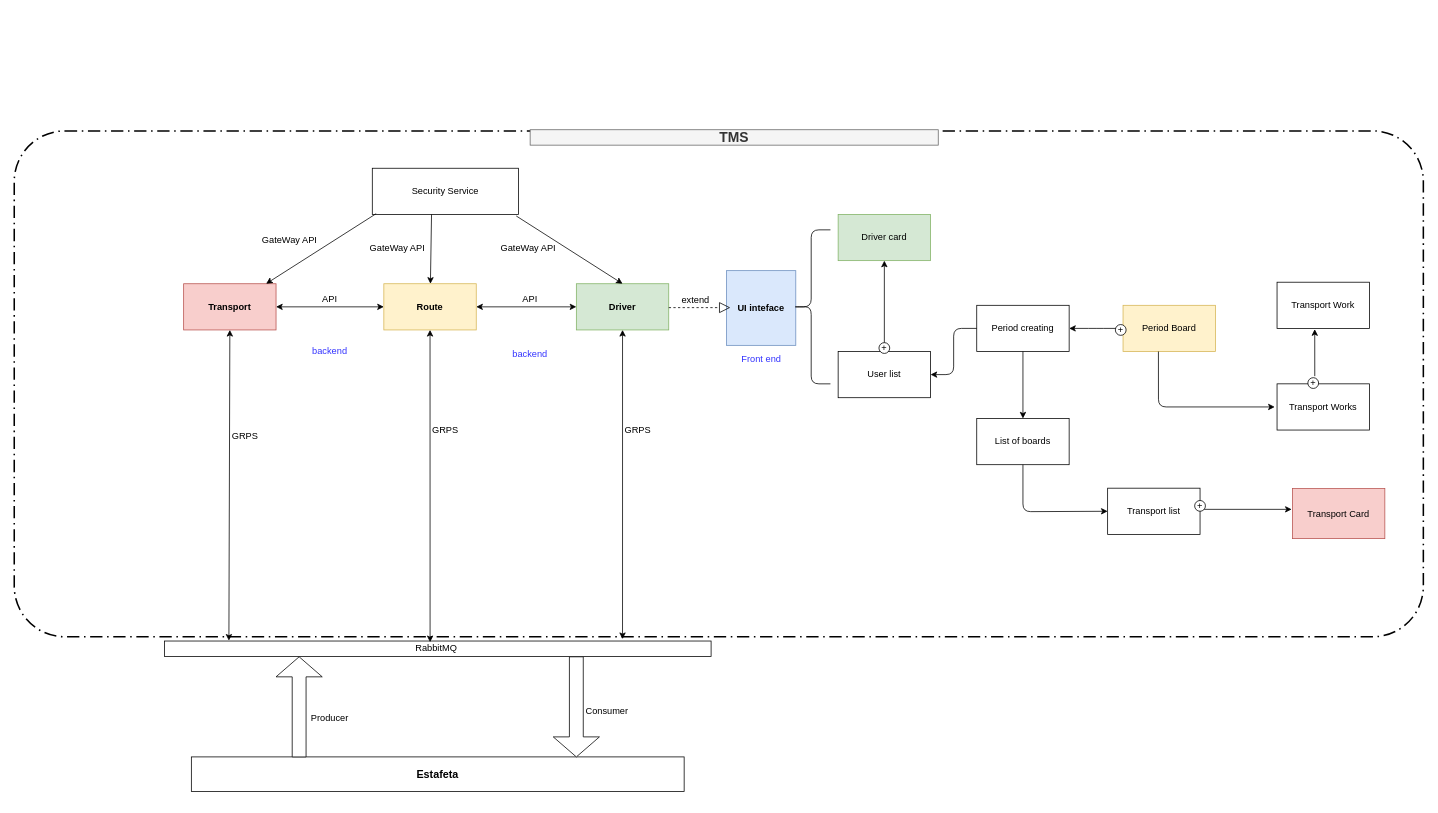
Earlier version of the draw.io diagram transport.drawio (annastazi02/diagrams). Source tidied: cells renumbered, new cells numbered last; positions are measured from the earlier drawing's top-left corner, leaving out a move shared by most shapes. Both pictures are drawn from the tidied source at 77%, with x=0, y=0 at pixel (14, 129).
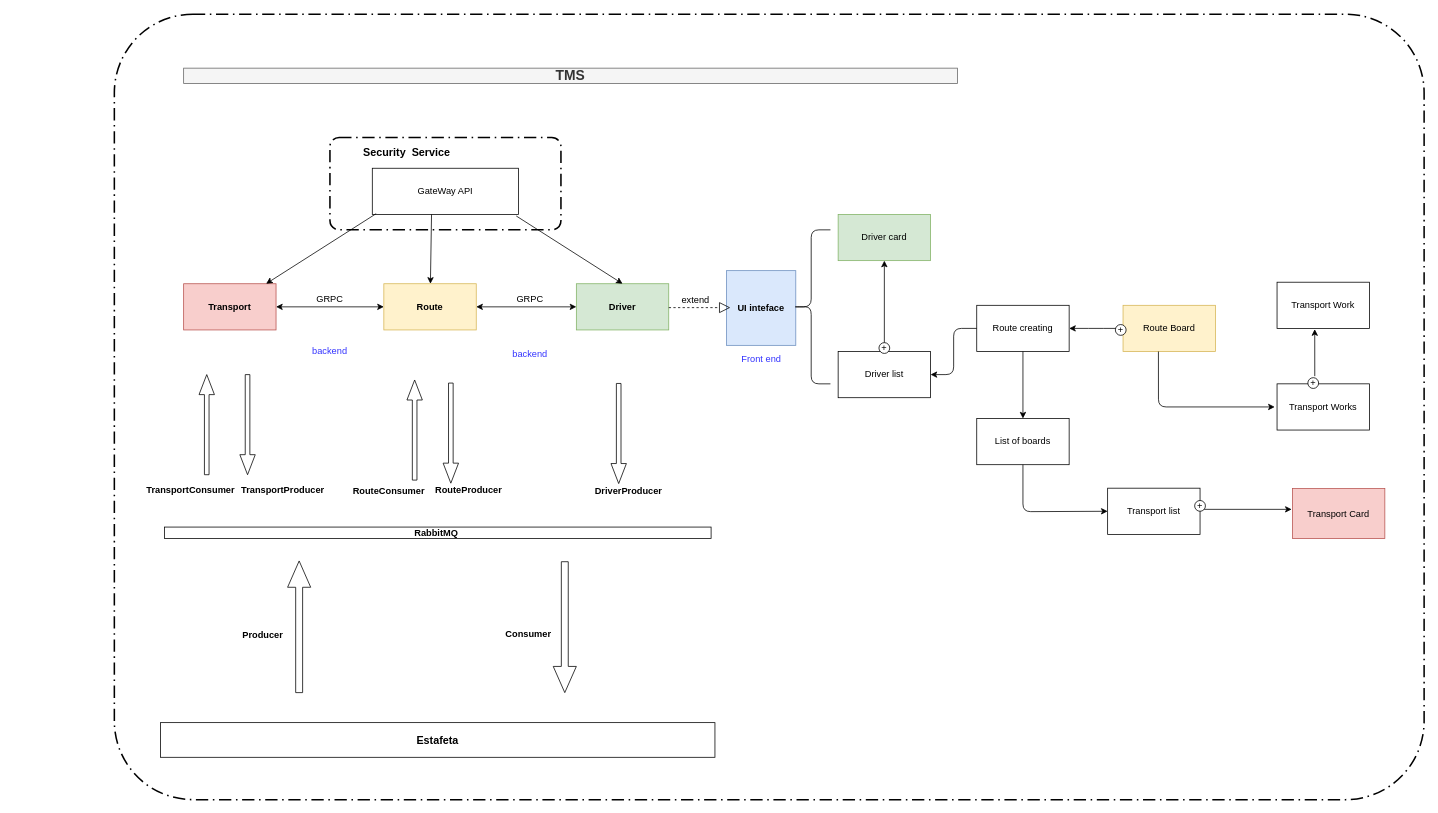
After the change.

The change refers to these unchanged cells:
```xml
<mxCell id="3" value="&lt;b&gt;Transport&lt;/b&gt;" style="rounded=0;whiteSpace=wrap;html=1;fillColor=#f8cecc;strokeColor=#b85450;" parent="1" vertex="1">
  <mxGeometry x="220" y="200" width="120" height="60" as="geometry" />
</mxCell>
<mxCell id="4" value="&lt;b&gt;Route&lt;/b&gt;" style="rounded=0;whiteSpace=wrap;html=1;fillColor=#fff2cc;strokeColor=#d6b656;" parent="1" vertex="1">
  <mxGeometry x="480" y="200" width="120" height="60" as="geometry" />
</mxCell>
<mxCell id="5" value="&lt;b&gt;Driver&lt;/b&gt;" style="rounded=0;whiteSpace=wrap;html=1;fillColor=#d5e8d4;strokeColor=#82b366;" parent="1" vertex="1">
  <mxGeometry x="730" y="200" width="120" height="60" as="geometry" />
</mxCell>
```

What changed in the source:
```diff
@@
-    <mxCell id="2" value="Security Service" style="rounded=0;whiteSpace=wrap;html=1;" parent="1" vertex="1">
+    <mxCell id="2" value="GateWay API" style="rounded=0;whiteSpace=wrap;html=1;" parent="1" vertex="1">
       <mxGeometry x="465" y="50" width="190" height="60" as="geometry" />
     </mxCell>
@@
-    <mxCell id="9" value="RabbitMQ&amp;nbsp;" style="rounded=0;whiteSpace=wrap;html=1;" parent="1" vertex="1">
-      <mxGeometry x="195" y="664" width="710" height="20" as="geometry" />
+    <mxCell id="9" value="&lt;b&gt;RabbitMQ&amp;nbsp;&lt;/b&gt;" style="rounded=0;whiteSpace=wrap;html=1;" parent="1" vertex="1">
+      <mxGeometry x="195" y="516" width="710" height="15" as="geometry" />
     </mxCell>
-    <mxCell id="10" style="endArrow=classic;startArrow=classic;html=1;entryX=0.5;entryY=1;entryDx=0;entryDy=0;exitX=0.838;exitY=-0.125;exitDx=0;exitDy=0;exitPerimeter=0;" parent="1" edge="1" source="9" target="5">
-      <mxGeometry relative="1" as="geometry" />
-    </mxCell>
-    <mxCell id="11" value="GRPS" style="text;html=1;strokeColor=none;fillColor=none;align=center;verticalAlign=middle;whiteSpace=wrap;rounded=0;" parent="1" vertex="1">
-      <mxGeometry x="790" y="382.5" width="40" height="15" as="geometry" />
-    </mxCell>
     <mxCell id="12" value="&lt;b&gt;&lt;font style=&quot;font-size: 14px&quot;&gt;Estafeta&lt;/font&gt;&lt;/b&gt;" style="rounded=0;whiteSpace=wrap;html=1;" parent="1" vertex="1">
-      <mxGeometry x="230" y="814.5" width="640" height="45" as="geometry" />
+      <mxGeometry x="190" y="770" width="720" height="45" as="geometry" />
     </mxCell>
@@
-    <mxCell id="14" value="API" style="text;html=1;strokeColor=none;fillColor=none;align=center;verticalAlign=middle;whiteSpace=wrap;rounded=0;" parent="1" vertex="1">
+    <mxCell id="14" value="GRPC" style="text;html=1;strokeColor=none;fillColor=none;align=center;verticalAlign=middle;whiteSpace=wrap;rounded=0;" parent="1" vertex="1">
       <mxGeometry x="390" y="210" width="40" height="20" as="geometry" />
     </mxCell>
@@
-    <mxCell id="16" value="API" style="text;html=1;strokeColor=none;fillColor=none;align=center;verticalAlign=middle;whiteSpace=wrap;rounded=0;" parent="1" vertex="1">
+    <mxCell id="16" value="GRPC" style="text;html=1;strokeColor=none;fillColor=none;align=center;verticalAlign=middle;whiteSpace=wrap;rounded=0;" parent="1" vertex="1">
       <mxGeometry x="650" y="210" width="40" height="20" as="geometry" />
     </mxCell>
-    <mxCell id="17" style="endArrow=classic;startArrow=classic;html=1;entryX=0.5;entryY=1;entryDx=0;entryDy=0;exitX=0.486;exitY=0.075;exitDx=0;exitDy=0;exitPerimeter=0;" parent="1" edge="1" source="9" target="4">
-      <mxGeometry relative="1" as="geometry" />
-    </mxCell>
-    <mxCell id="18" value="GRPS" style="text;html=1;strokeColor=none;fillColor=none;align=center;verticalAlign=middle;whiteSpace=wrap;rounded=0;" parent="1" vertex="1">
-      <mxGeometry x="540" y="382.5" width="40" height="15" as="geometry" />
-    </mxCell>
-    <mxCell id="19" style="endArrow=classic;startArrow=classic;html=1;entryX=0.5;entryY=1;entryDx=0;entryDy=0;exitX=0.118;exitY=-0.025;exitDx=0;exitDy=0;exitPerimeter=0;" parent="1" edge="1" source="9" target="3">
-      <mxGeometry relative="1" as="geometry" />
-    </mxCell>
-    <mxCell id="20" value="GRPS" style="text;html=1;strokeColor=none;fillColor=none;align=center;verticalAlign=middle;whiteSpace=wrap;rounded=0;" parent="1" vertex="1">
-      <mxGeometry x="280" y="390" width="40" height="15" as="geometry" />
-    </mxCell>
-    <mxCell id="21" value="GateWay API" style="text;html=1;" parent="1" vertex="1">
-      <mxGeometry x="320" y="130" width="100" height="30" as="geometry" />
-    </mxCell>
-    <mxCell id="22" value="GateWay API" style="text;html=1;" parent="1" vertex="1">
-      <mxGeometry x="460" y="140" width="100" height="30" as="geometry" />
-    </mxCell>
-    <mxCell id="23" value="GateWay API" style="text;html=1;" parent="1" vertex="1">
-      <mxGeometry x="630" y="140" width="100" height="30" as="geometry" />
-    </mxCell>
-    <mxCell id="24" value="Producer" style="text;html=1;strokeColor=none;fillColor=none;align=center;verticalAlign=middle;whiteSpace=wrap;rounded=0;" parent="1" vertex="1">
-      <mxGeometry x="390" y="754.5" width="40" height="20" as="geometry" />
+    <mxCell id="24" value="&lt;b&gt;Producer&lt;/b&gt;" style="text;html=1;strokeColor=none;fillColor=none;align=center;verticalAlign=middle;whiteSpace=wrap;rounded=0;" parent="1" vertex="1">
+      <mxGeometry x="303" y="645.5" width="40" height="20" as="geometry" />
     </mxCell>
-    <mxCell id="25" value="Consumer" style="text;html=1;strokeColor=none;fillColor=none;align=center;verticalAlign=middle;whiteSpace=wrap;rounded=0;" parent="1" vertex="1">
-      <mxGeometry x="750" y="744.5" width="40" height="20" as="geometry" />
+    <mxCell id="25" value="&lt;b&gt;Consumer&lt;/b&gt;" style="text;html=1;strokeColor=none;fillColor=none;align=center;verticalAlign=middle;whiteSpace=wrap;rounded=0;" parent="1" vertex="1">
+      <mxGeometry x="648" y="644.5" width="40" height="20" as="geometry" />
     </mxCell>
     <mxCell id="26" style="shape=singleArrow;direction=north;whiteSpace=wrap;html=1;" parent="1" vertex="1">
-      <mxGeometry x="340" y="684.5" width="60" height="130" as="geometry" />
+      <mxGeometry x="355" y="560" width="30" height="171" as="geometry" />
     </mxCell>
     <mxCell id="27" style="shape=singleArrow;direction=south;whiteSpace=wrap;html=1;" parent="1" vertex="1">
-      <mxGeometry x="700" y="684.5" width="60" height="130" as="geometry" />
+      <mxGeometry x="700" y="561" width="30" height="170" as="geometry" />
     </mxCell>
@@
-    <mxCell id="32" value="User list" style="rounded=0;whiteSpace=wrap;html=1;" parent="1" vertex="1">
+    <mxCell id="32" value="Driver list" style="rounded=0;whiteSpace=wrap;html=1;" parent="1" vertex="1">
       <mxGeometry x="1070" y="288" width="120" height="60" as="geometry" />
     </mxCell>
@@
-    <mxCell id="34" value="Period creating" style="rounded=0;whiteSpace=wrap;html=1;" parent="1" vertex="1">
+    <mxCell id="34" value="Route creating" style="rounded=0;whiteSpace=wrap;html=1;" parent="1" vertex="1">
       <mxGeometry x="1250" y="228" width="120" height="60" as="geometry" />
     </mxCell>
-    <mxCell id="35" value="Period Board" style="rounded=0;whiteSpace=wrap;html=1;fillColor=#fff2cc;strokeColor=#d6b656;" parent="1" vertex="1">
+    <mxCell id="35" value="Route Board" style="rounded=0;whiteSpace=wrap;html=1;fillColor=#fff2cc;strokeColor=#d6b656;" parent="1" vertex="1">
       <mxGeometry x="1440" y="228" width="120" height="60" as="geometry" />
     </mxCell>
@@
-    <mxCell id="55" style="rounded=1;arcSize=10;dashed=1;strokeColor=#000000;fillColor=none;gradientColor=none;dashPattern=8 3 1 3;strokeWidth=2;" parent="1" vertex="1">
-      <mxGeometry y="1.5" width="1830" height="657" as="geometry" />
-    </mxCell>
     <mxCell id="56" value="&lt;font style=&quot;font-size: 18px&quot;&gt;&lt;b&gt;TMS&lt;/b&gt;&lt;/font&gt;" style="rounded=0;whiteSpace=wrap;html=1;fillColor=#f5f5f5;strokeColor=#666666;fontColor=#333333;" parent="1" vertex="1">
-      <mxGeometry x="670" width="530" height="20" as="geometry" />
+      <mxGeometry x="220" y="-80" width="1005" height="20" as="geometry" />
     </mxCell>
@@
+    <mxCell id="59" value="&lt;b&gt;DriverProducer&lt;/b&gt;" style="text;html=1;strokeColor=none;fillColor=none;align=center;verticalAlign=middle;whiteSpace=wrap;rounded=0;" parent="1" vertex="1">
+      <mxGeometry x="748" y="460" width="100" height="20" as="geometry" />
+    </mxCell>
+    <mxCell id="60" value="&lt;b&gt;RouteProducer&lt;/b&gt;" style="text;html=1;" parent="1" vertex="1">
+      <mxGeometry x="545" y="453.5" width="110" height="30" as="geometry" />
+    </mxCell>
+    <mxCell id="61" value="&lt;b&gt;RouteConsumer&lt;/b&gt;" style="text;html=1;" parent="1" vertex="1">
+      <mxGeometry x="438" y="455" width="110" height="30" as="geometry" />
+    </mxCell>
+    <mxCell id="62" style="shape=singleArrow;direction=north;whiteSpace=wrap;html=1;" parent="1" vertex="1">
+      <mxGeometry x="510" y="325" width="20" height="130" as="geometry" />
+    </mxCell>
+    <mxCell id="63" style="shape=singleArrow;direction=south;whiteSpace=wrap;html=1;" parent="1" vertex="1">
+      <mxGeometry x="557" y="329" width="20" height="130" as="geometry" />
+    </mxCell>
+    <mxCell id="64" style="shape=singleArrow;direction=south;whiteSpace=wrap;html=1;" parent="1" vertex="1">
+      <mxGeometry x="775" y="329.5" width="20" height="130" as="geometry" />
+    </mxCell>
+    <mxCell id="65" style="shape=singleArrow;direction=north;whiteSpace=wrap;html=1;" parent="1" vertex="1">
+      <mxGeometry x="240" y="318" width="20" height="130" as="geometry" />
+    </mxCell>
+    <mxCell id="66" value="&lt;b&gt;TransportConsumer&lt;/b&gt;" style="text;html=1;" parent="1" vertex="1">
+      <mxGeometry x="170" y="453.5" width="110" height="30" as="geometry" />
+    </mxCell>
+    <mxCell id="67" style="rounded=1;arcSize=10;dashed=1;strokeColor=#000000;fillColor=none;gradientColor=none;dashPattern=8 3 1 3;strokeWidth=2;" parent="1" vertex="1">
+      <mxGeometry x="410" y="10" width="300" height="120" as="geometry" />
+    </mxCell>
+    <mxCell id="68" value="&lt;b&gt;&lt;font style=&quot;font-size: 14px&quot;&gt;Security&amp;nbsp; Service&lt;/font&gt;&lt;/b&gt;" style="text;html=1;strokeColor=none;fillColor=none;align=center;verticalAlign=middle;whiteSpace=wrap;rounded=0;" parent="1" vertex="1">
+      <mxGeometry x="440" y="20" width="140" height="20" as="geometry" />
+    </mxCell>
+    <mxCell id="69" style="shape=singleArrow;direction=south;whiteSpace=wrap;html=1;" parent="1" vertex="1">
+      <mxGeometry x="293" y="318" width="20" height="130" as="geometry" />
+    </mxCell>
+    <mxCell id="70" value="&lt;b&gt;TransportProducer&lt;/b&gt;" style="text;html=1;" parent="1" vertex="1">
+      <mxGeometry x="292.5" y="453.5" width="110" height="30" as="geometry" />
+    </mxCell>
+    <mxCell id="71" style="rounded=1;arcSize=10;dashed=1;strokeColor=#000000;fillColor=none;gradientColor=none;dashPattern=8 3 1 3;strokeWidth=2;" parent="1" vertex="1">
+      <mxGeometry x="130" y="-150" width="1701" height="1020" as="geometry" />
+    </mxCell>
```
